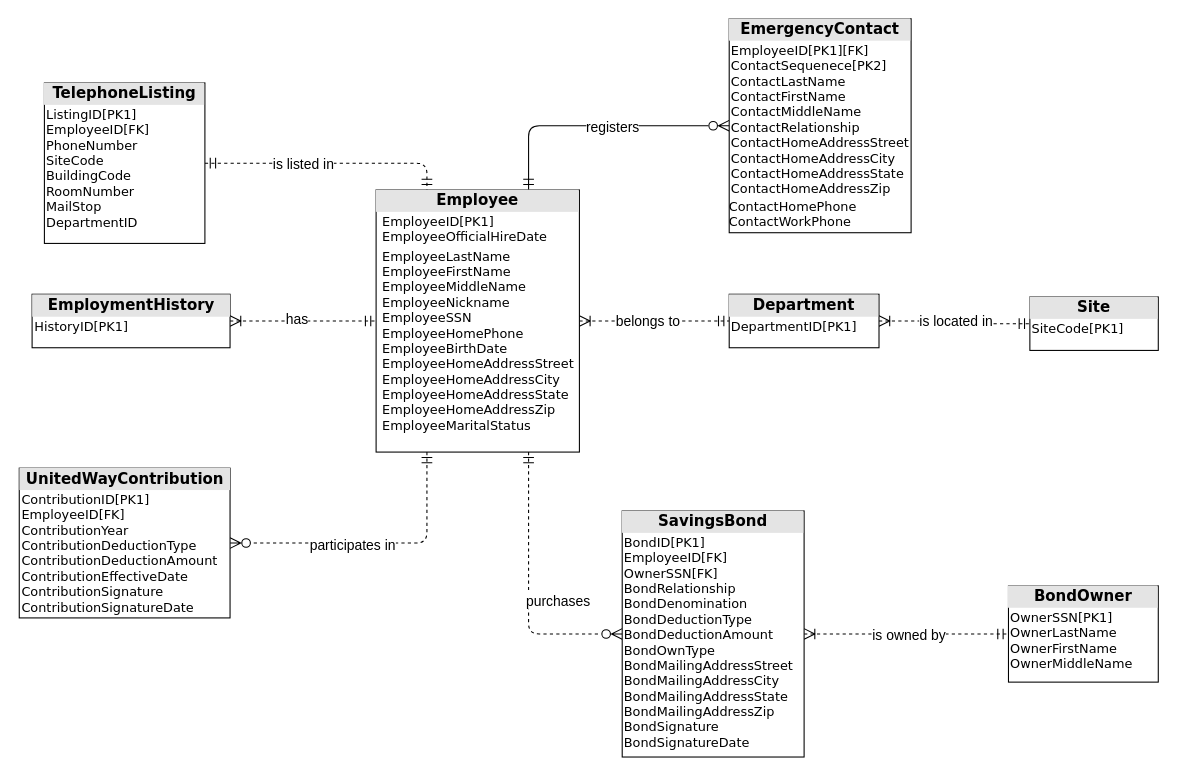
Earlier version of the draw.io diagram drawio/Fully Attributed Data Model.drawio (siljing/SAD-Data_Modeling). Source tidied: cells renumbered, new cells numbered last; positions are measured from the earlier drawing's top-left corner, leaving out a move shared by most shapes. Both pictures are drawn from the tidied source at 107%, with x=0, y=0 at pixel (18, 18).
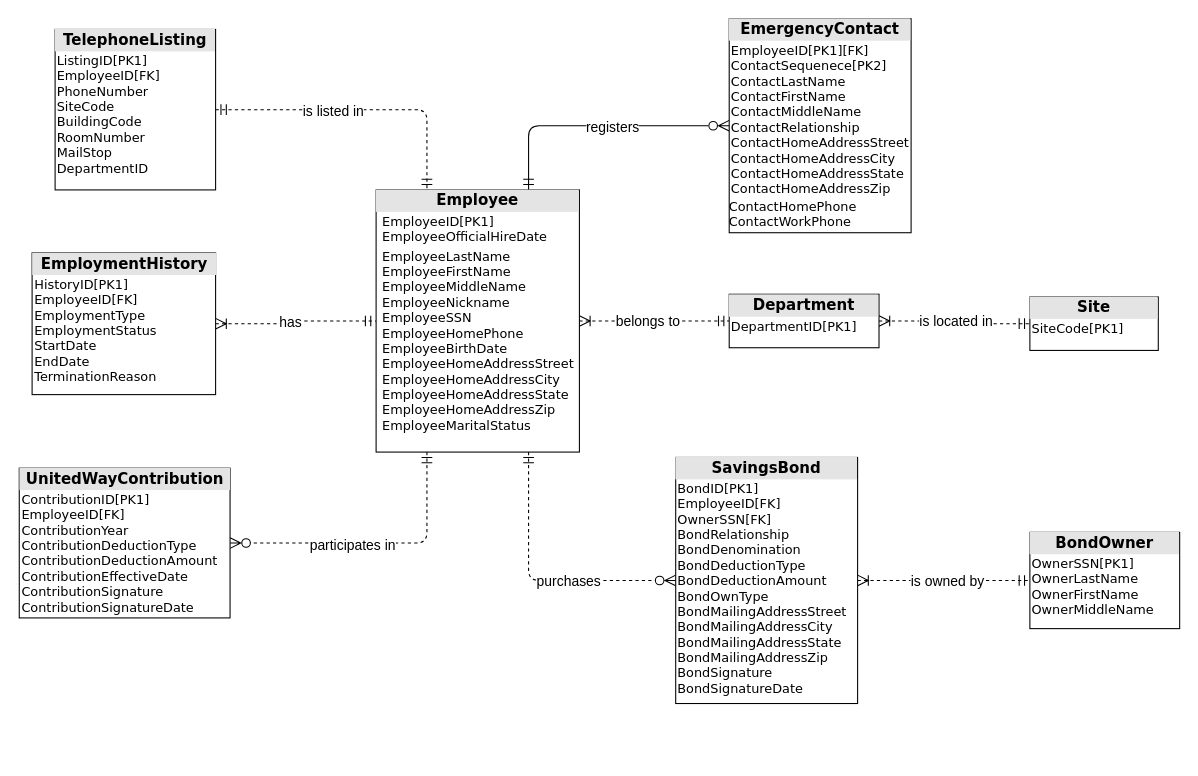
After the change.

Diff of the diagram source:
```diff
@@
-    <mxCell id="18" value="&lt;div style=&quot;text-align: center; box-sizing: border-box; width: 100%; background: rgb(228, 228, 228); padding: 2px;&quot;&gt;&lt;span style=&quot;font-size: 14px;&quot;&gt;&lt;b&gt;EmploymentHistory&lt;/b&gt;&lt;/span&gt;&lt;/div&gt;&lt;table style=&quot;width:100%;font-size:1em;&quot; cellpadding=&quot;2&quot; cellspacing=&quot;0&quot;&gt;&lt;tbody&gt;&lt;tr&gt;&lt;td&gt;HistoryID[PK1]&lt;/td&gt;&lt;td&gt;&lt;br&gt;&lt;/td&gt;&lt;/tr&gt;&lt;/tbody&gt;&lt;/table&gt;" style="verticalAlign=top;align=left;overflow=fill;html=1;whiteSpace=wrap;rounded=0;shadow=0;comic=0;strokeColor=default;strokeWidth=1;fontFamily=Verdana;fontSize=12;fontColor=default;labelBackgroundColor=none;fillColor=default;" parent="1" vertex="1">
-      <mxGeometry x="12.5" y="257.5" width="185" height="50" as="geometry" />
+    <mxCell id="18" value="&lt;div style=&quot;text-align: center; box-sizing: border-box; width: 100%; background: rgb(228, 228, 228); padding: 2px;&quot;&gt;&lt;span style=&quot;font-size: 14px;&quot;&gt;&lt;b&gt;EmploymentHistory&lt;/b&gt;&lt;/span&gt;&lt;/div&gt;&lt;table style=&quot;width:100%;font-size:1em;&quot; cellpadding=&quot;2&quot; cellspacing=&quot;0&quot;&gt;&lt;tbody&gt;&lt;tr&gt;&lt;td&gt;HistoryID[PK1]&lt;br&gt;EmployeeID[FK]&lt;br&gt;EmploymentType&lt;br&gt;EmploymentStatus&lt;br&gt;StartDate&lt;br&gt;EndDate&lt;br&gt;TerminationReason&lt;/td&gt;&lt;td&gt;&lt;br&gt;&lt;/td&gt;&lt;/tr&gt;&lt;/tbody&gt;&lt;/table&gt;" style="verticalAlign=top;align=left;overflow=fill;html=1;whiteSpace=wrap;rounded=0;shadow=0;comic=0;strokeColor=default;strokeWidth=1;fontFamily=Verdana;fontSize=12;fontColor=default;labelBackgroundColor=none;fillColor=default;" parent="1" vertex="1">
+      <mxGeometry x="12.5" y="218.8" width="171.5" height="132.5" as="geometry" />
     </mxCell>
@@
     <mxCell id="23" value="&lt;div style=&quot;text-align: center; box-sizing: border-box; width: 100%; background: rgb(228, 228, 228); padding: 2px;&quot;&gt;&lt;span style=&quot;font-size: 14px;&quot;&gt;&lt;b&gt;SavingsBond&lt;/b&gt;&lt;/span&gt;&lt;/div&gt;&lt;table style=&quot;width:100%;font-size:1em;&quot; cellpadding=&quot;2&quot; cellspacing=&quot;0&quot;&gt;&lt;tbody&gt;&lt;tr&gt;&lt;td&gt;BondID[PK1]&lt;br&gt;EmployeeID[FK]&lt;br&gt;OwnerSSN[FK]&lt;br&gt;BondRelationship&lt;br&gt;BondDenomination&lt;br&gt;BondDeductionType&lt;br&gt;BondDeductionAmount&lt;br&gt;BondOwnType&lt;br&gt;BondMailingAddressStreet&lt;br&gt;BondMailingAddressCity&lt;br&gt;BondMailingAddressState&lt;br&gt;BondMailingAddressZip&lt;br&gt;BondSignature&lt;br&gt;BondSignatureDate&lt;br&gt;&lt;br&gt;&lt;/td&gt;&lt;td&gt;&lt;/td&gt;&lt;/tr&gt;&lt;/tbody&gt;&lt;/table&gt;" style="verticalAlign=top;align=left;overflow=fill;html=1;whiteSpace=wrap;rounded=0;shadow=0;comic=0;strokeColor=default;strokeWidth=1;fontFamily=Verdana;fontSize=12;fontColor=default;labelBackgroundColor=none;fillColor=default;" parent="1" vertex="1">
-      <mxGeometry x="564" y="460" width="170" height="230" as="geometry" />
+      <mxGeometry x="614" y="410" width="170" height="230" as="geometry" />
     </mxCell>
@@
     <mxCell id="25" value="&lt;div style=&quot;text-align: center; box-sizing: border-box; width: 100%; background: rgb(228, 228, 228); padding: 2px;&quot;&gt;&lt;font style=&quot;font-size: 14px;&quot;&gt;&lt;b&gt;TelephoneListing&lt;/b&gt;&lt;/font&gt;&lt;/div&gt;&lt;table style=&quot;width:100%;font-size:1em;&quot; cellpadding=&quot;2&quot; cellspacing=&quot;0&quot;&gt;&lt;tbody&gt;&lt;tr&gt;&lt;td&gt;ListingID[PK1]&lt;br&gt;EmployeeID[FK]&lt;br&gt;PhoneNumber&lt;br&gt;SiteCode&lt;br&gt;BuildingCode&lt;br&gt;RoomNumber&lt;br&gt;MailStop&lt;br&gt;DepartmentID&lt;br&gt;&lt;/td&gt;&lt;td&gt;&lt;/td&gt;&lt;/tr&gt;&lt;/tbody&gt;&lt;/table&gt;" style="verticalAlign=top;align=left;overflow=fill;html=1;whiteSpace=wrap;rounded=0;shadow=0;comic=0;strokeColor=default;strokeWidth=1;fontFamily=Verdana;fontSize=12;fontColor=default;labelBackgroundColor=none;fillColor=default;" parent="1" vertex="1">
-      <mxGeometry x="24" y="60" width="150" height="150" as="geometry" />
+      <mxGeometry x="34" y="10" width="150" height="150" as="geometry" />
     </mxCell>
     <mxCell id="26" value="&lt;div style=&quot;box-sizing: border-box; width: 100%; background: rgb(228, 228, 228); padding: 2px; text-align: center;&quot;&gt;&lt;span style=&quot;font-size: 14px;&quot;&gt;&lt;b&gt;BondOwner&lt;/b&gt;&lt;/span&gt;&lt;/div&gt;&lt;table style=&quot;width:100%;font-size:1em;&quot; cellpadding=&quot;2&quot; cellspacing=&quot;0&quot;&gt;&lt;tbody&gt;&lt;tr&gt;&lt;td&gt;OwnerSSN[PK1]&lt;br&gt;OwnerLastName&lt;br&gt;OwnerFirstName&lt;br&gt;OwnerMiddleName&lt;br&gt;&lt;br&gt;&lt;/td&gt;&lt;td&gt;&lt;/td&gt;&lt;/tr&gt;&lt;/tbody&gt;&lt;/table&gt;" style="verticalAlign=top;align=left;overflow=fill;html=1;whiteSpace=wrap;rounded=0;shadow=0;comic=0;strokeColor=default;strokeWidth=1;fontFamily=Verdana;fontSize=12;fontColor=default;labelBackgroundColor=none;fillColor=default;" parent="1" vertex="1">
-      <mxGeometry x="925" y="530" width="140" height="90" as="geometry" />
+      <mxGeometry x="945" y="480" width="140" height="90" as="geometry" />
     </mxCell>
```
